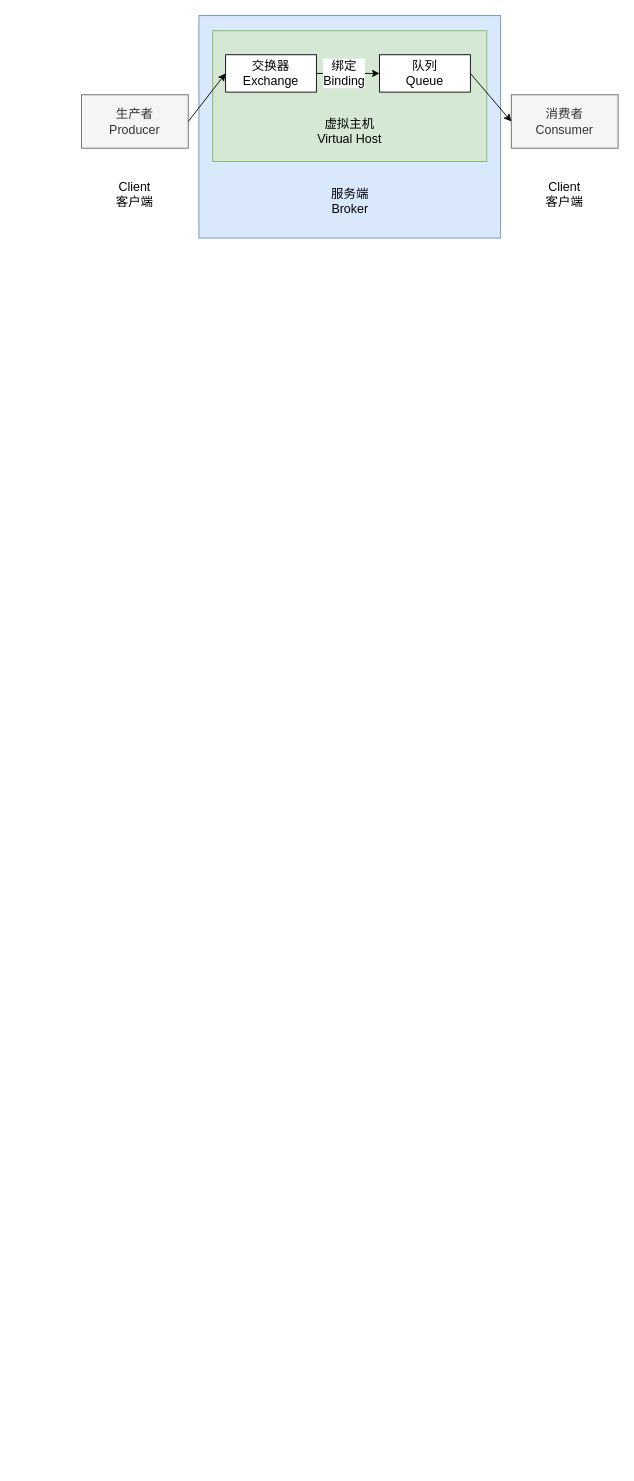
The draw.io diagram page "Page-6" (6 of 6) of Untitled Diagram.drawio in itwanger/drwa.io, before the edit. Source tidied: cells renumbered, new cells numbered last; positions are measured from the earlier drawing's top-left corner, leaving out a move shared by most shapes. Both pictures are drawn from the tidied source at 89%, with x=0, y=0 at pixel (81, 15).
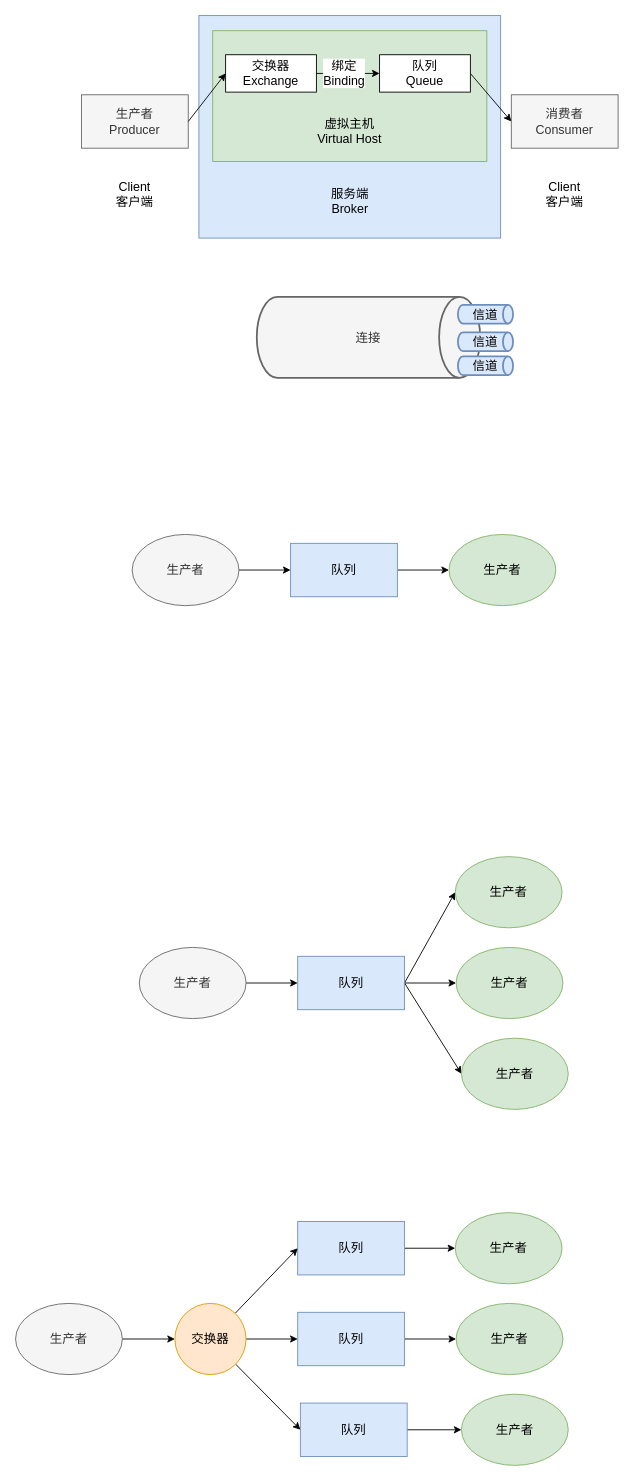
The same page after the edit.

Change to the diagram source:
```diff
@@
+    <mxCell id="16" value="连接" style="strokeWidth=2;html=1;shape=mxgraph.flowchart.direct_data;whiteSpace=wrap;fontSize=14;fillColor=#f5f5f5;fontColor=#333333;strokeColor=#666666;" parent="1" vertex="1">
+      <mxGeometry x="197" y="316" width="251" height="91" as="geometry" />
+    </mxCell>
+    <mxCell id="17" style="strokeWidth=2;html=1;shape=mxgraph.flowchart.direct_data;whiteSpace=wrap;fontSize=14;fillColor=#dae8fc;strokeColor=#6c8ebf;" parent="1" vertex="1">
+      <mxGeometry x="423" y="325" width="62" height="21" as="geometry" />
+    </mxCell>
+    <mxCell id="18" style="strokeWidth=2;html=1;shape=mxgraph.flowchart.direct_data;whiteSpace=wrap;fontSize=14;fillColor=#dae8fc;strokeColor=#6c8ebf;" parent="1" vertex="1">
+      <mxGeometry x="423" y="356" width="62" height="21" as="geometry" />
+    </mxCell>
+    <mxCell id="19" style="strokeWidth=2;html=1;shape=mxgraph.flowchart.direct_data;whiteSpace=wrap;fontSize=14;fillColor=#dae8fc;strokeColor=#6c8ebf;" parent="1" vertex="1">
+      <mxGeometry x="423" y="383" width="62" height="21" as="geometry" />
+    </mxCell>
+    <mxCell id="20" value="信道" style="text;html=1;strokeColor=none;fillColor=none;align=center;verticalAlign=middle;whiteSpace=wrap;rounded=0;fontSize=14;" parent="1" vertex="1">
+      <mxGeometry x="424" y="320.5" width="60" height="30" as="geometry" />
+    </mxCell>
+    <mxCell id="21" value="信道" style="text;html=1;strokeColor=none;fillColor=none;align=center;verticalAlign=middle;whiteSpace=wrap;rounded=0;fontSize=14;" parent="1" vertex="1">
+      <mxGeometry x="424" y="351.5" width="60" height="30" as="geometry" />
+    </mxCell>
+    <mxCell id="22" value="信道" style="text;html=1;strokeColor=none;fillColor=none;align=center;verticalAlign=middle;whiteSpace=wrap;rounded=0;fontSize=14;" parent="1" vertex="1">
+      <mxGeometry x="424" y="378.5" width="60" height="30" as="geometry" />
+    </mxCell>
+    <mxCell id="23" style="edgeStyle=none;rounded=0;jettySize=auto;html=1;fontSize=14;" parent="1" edge="1" source="24" target="27">
+      <mxGeometry relative="1" as="geometry" />
+    </mxCell>
+    <mxCell id="24" value="队列" style="rounded=0;whiteSpace=wrap;html=1;fontSize=14;fillColor=#dae8fc;strokeColor=#6c8ebf;" parent="1" vertex="1">
+      <mxGeometry x="235" y="593" width="120" height="60" as="geometry" />
+    </mxCell>
+    <mxCell id="25" style="edgeStyle=none;rounded=0;jettySize=auto;html=1;entryX=0;entryY=0.5;entryDx=0;entryDy=0;fontSize=14;" parent="1" edge="1" source="26" target="24">
+      <mxGeometry relative="1" as="geometry" />
+    </mxCell>
+    <mxCell id="26" value="生产者" style="ellipse;whiteSpace=wrap;html=1;fontSize=14;fillColor=#f5f5f5;fontColor=#333333;strokeColor=#666666;" parent="1" vertex="1">
+      <mxGeometry x="57" y="583" width="120" height="80" as="geometry" />
+    </mxCell>
+    <mxCell id="27" value="生产者" style="ellipse;whiteSpace=wrap;html=1;fontSize=14;fillColor=#d5e8d4;strokeColor=#82b366;" parent="1" vertex="1">
+      <mxGeometry x="413" y="583" width="120" height="80" as="geometry" />
+    </mxCell>
+    <mxCell id="28" style="edgeStyle=none;rounded=0;jettySize=auto;html=1;fontSize=14;" parent="1" edge="1" source="31" target="34">
+      <mxGeometry relative="1" as="geometry" />
+    </mxCell>
+    <mxCell id="29" style="edgeStyle=none;rounded=0;jettySize=auto;html=1;exitX=1;exitY=0.5;exitDx=0;exitDy=0;entryX=0;entryY=0.5;entryDx=0;entryDy=0;fontSize=14;" parent="1" edge="1" source="31" target="35">
+      <mxGeometry relative="1" as="geometry" />
+    </mxCell>
+    <mxCell id="30" style="edgeStyle=none;rounded=0;jettySize=auto;html=1;exitX=1;exitY=0.5;exitDx=0;exitDy=0;entryX=0;entryY=0.5;entryDx=0;entryDy=0;fontSize=14;" parent="1" edge="1" source="31" target="36">
+      <mxGeometry relative="1" as="geometry" />
+    </mxCell>
+    <mxCell id="31" value="队列" style="rounded=0;whiteSpace=wrap;html=1;fontSize=14;fillColor=#dae8fc;strokeColor=#6c8ebf;" parent="1" vertex="1">
+      <mxGeometry x="243" y="1057" width="120" height="60" as="geometry" />
+    </mxCell>
+    <mxCell id="32" style="edgeStyle=none;rounded=0;jettySize=auto;html=1;entryX=0;entryY=0.5;entryDx=0;entryDy=0;fontSize=14;" parent="1" edge="1" source="33" target="31">
+      <mxGeometry relative="1" as="geometry" />
+    </mxCell>
+    <mxCell id="33" value="生产者" style="ellipse;whiteSpace=wrap;html=1;fontSize=14;fillColor=#f5f5f5;fontColor=#333333;strokeColor=#666666;" parent="1" vertex="1">
+      <mxGeometry x="65" y="1047" width="120" height="80" as="geometry" />
+    </mxCell>
+    <mxCell id="34" value="生产者" style="ellipse;whiteSpace=wrap;html=1;fontSize=14;fillColor=#d5e8d4;strokeColor=#82b366;" parent="1" vertex="1">
+      <mxGeometry x="421" y="1047" width="120" height="80" as="geometry" />
+    </mxCell>
+    <mxCell id="35" value="生产者" style="ellipse;whiteSpace=wrap;html=1;fontSize=14;fillColor=#d5e8d4;strokeColor=#82b366;" parent="1" vertex="1">
+      <mxGeometry x="420" y="945" width="120" height="80" as="geometry" />
+    </mxCell>
+    <mxCell id="36" value="生产者" style="ellipse;whiteSpace=wrap;html=1;fontSize=14;fillColor=#d5e8d4;strokeColor=#82b366;" parent="1" vertex="1">
+      <mxGeometry x="427" y="1149" width="120" height="80" as="geometry" />
+    </mxCell>
+    <mxCell id="37" style="edgeStyle=none;rounded=0;jettySize=auto;html=1;exitX=1;exitY=0.5;exitDx=0;exitDy=0;entryX=0;entryY=0.5;entryDx=0;entryDy=0;fontSize=14;" parent="1" edge="1" source="38" target="42">
+      <mxGeometry relative="1" as="geometry" />
+    </mxCell>
+    <mxCell id="38" value="队列" style="rounded=0;whiteSpace=wrap;html=1;fontSize=14;fillColor=#dae8fc;strokeColor=#6c8ebf;" parent="1" vertex="1">
+      <mxGeometry x="243" y="1355" width="120" height="60" as="geometry" />
+    </mxCell>
+    <mxCell id="39" style="edgeStyle=none;rounded=0;jettySize=auto;html=1;fontSize=14;" parent="1" edge="1" source="40" target="51">
+      <mxGeometry relative="1" as="geometry" />
+    </mxCell>
+    <mxCell id="40" value="生产者" style="ellipse;whiteSpace=wrap;html=1;fontSize=14;fillColor=#f5f5f5;fontColor=#333333;strokeColor=#666666;" parent="1" vertex="1">
+      <mxGeometry x="-74" y="1447" width="120" height="80" as="geometry" />
+    </mxCell>
+    <mxCell id="41" value="生产者" style="ellipse;whiteSpace=wrap;html=1;fontSize=14;fillColor=#d5e8d4;strokeColor=#82b366;" parent="1" vertex="1">
+      <mxGeometry x="421" y="1447" width="120" height="80" as="geometry" />
+    </mxCell>
+    <mxCell id="42" value="生产者" style="ellipse;whiteSpace=wrap;html=1;fontSize=14;fillColor=#d5e8d4;strokeColor=#82b366;" parent="1" vertex="1">
+      <mxGeometry x="420" y="1345" width="120" height="80" as="geometry" />
+    </mxCell>
+    <mxCell id="43" value="生产者" style="ellipse;whiteSpace=wrap;html=1;fontSize=14;fillColor=#d5e8d4;strokeColor=#82b366;" parent="1" vertex="1">
+      <mxGeometry x="427" y="1549" width="120" height="80" as="geometry" />
+    </mxCell>
+    <mxCell id="44" style="edgeStyle=none;rounded=0;jettySize=auto;html=1;fontSize=14;" parent="1" edge="1" source="45" target="41">
+      <mxGeometry relative="1" as="geometry" />
+    </mxCell>
+    <mxCell id="45" value="队列" style="rounded=0;whiteSpace=wrap;html=1;fontSize=14;fillColor=#dae8fc;strokeColor=#6c8ebf;" parent="1" vertex="1">
+      <mxGeometry x="243" y="1457" width="120" height="60" as="geometry" />
+    </mxCell>
+    <mxCell id="46" style="edgeStyle=none;rounded=0;jettySize=auto;html=1;fontSize=14;" parent="1" edge="1" source="47" target="43">
+      <mxGeometry relative="1" as="geometry" />
+    </mxCell>
+    <mxCell id="47" value="队列" style="rounded=0;whiteSpace=wrap;html=1;fontSize=14;fillColor=#dae8fc;strokeColor=#6c8ebf;" parent="1" vertex="1">
+      <mxGeometry x="246" y="1559" width="120" height="60" as="geometry" />
+    </mxCell>
+    <mxCell id="48" style="edgeStyle=none;rounded=0;jettySize=auto;html=1;entryX=0;entryY=0.5;entryDx=0;entryDy=0;fontSize=14;" parent="1" edge="1" source="51" target="38">
+      <mxGeometry relative="1" as="geometry" />
+    </mxCell>
+    <mxCell id="49" style="edgeStyle=none;rounded=0;jettySize=auto;html=1;entryX=0;entryY=0.5;entryDx=0;entryDy=0;fontSize=14;" parent="1" edge="1" source="51" target="45">
+      <mxGeometry relative="1" as="geometry" />
+    </mxCell>
+    <mxCell id="50" style="edgeStyle=none;rounded=0;jettySize=auto;html=1;exitX=1;exitY=1;exitDx=0;exitDy=0;entryX=0;entryY=0.5;entryDx=0;entryDy=0;fontSize=14;" parent="1" edge="1" source="51" target="47">
+      <mxGeometry relative="1" as="geometry" />
+    </mxCell>
+    <mxCell id="51" value="交换器" style="ellipse;whiteSpace=wrap;html=1;fontSize=14;fillColor=#ffe6cc;strokeColor=#d79b00;" parent="1" vertex="1">
+      <mxGeometry x="105" y="1447" width="80" height="80" as="geometry" />
+    </mxCell>
```
